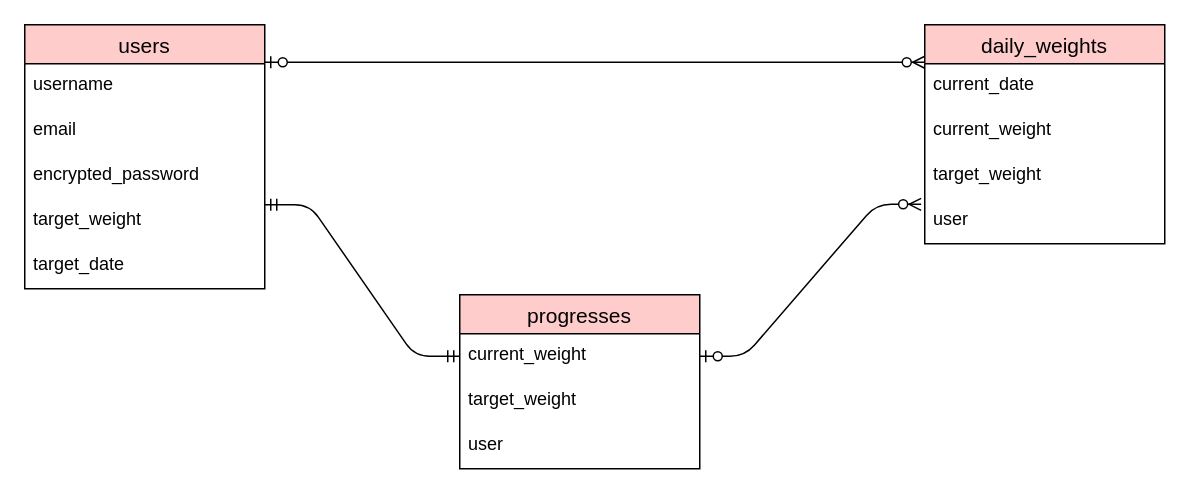
Before: ER.dio in SHUNOOFT/WeightLossTraker2, a draw.io diagram. Source tidied: cells renumbered, new cells numbered last; positions are measured from the earlier drawing's top-left corner, leaving out a move shared by most shapes. Both pictures are drawn from the tidied source at 150%, with x=0, y=0 at pixel (24, 24).
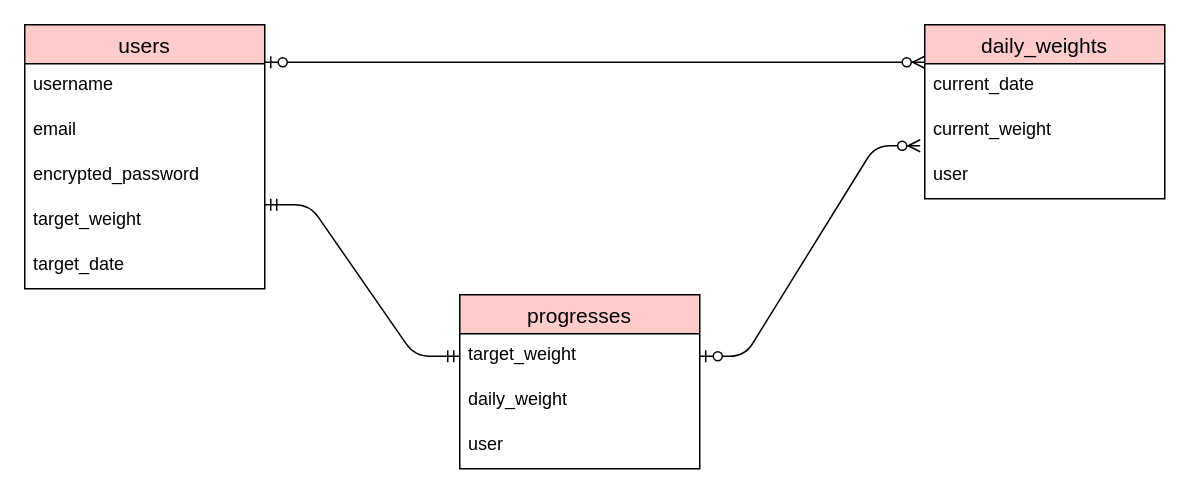
After the change.

Unchanged cells that the change refers to:
```xml
<mxCell id="10" value="current_weight" style="text;strokeColor=none;fillColor=none;spacingLeft=4;spacingRight=4;overflow=hidden;points=[[0,0.5],[1,0.5]];portConstraint=eastwest;fontSize=12;rounded=0;" parent="8" vertex="1">
  <mxGeometry y="56" width="160" height="30" as="geometry" />
</mxCell>
<mxCell id="13" value="progresses" style="swimlane;fontStyle=0;horizontal=1;startSize=26;align=center;fontSize=14;fillColor=#FFCCCC;rounded=0;" parent="1" vertex="1">
  <mxGeometry x="290" y="180" width="160" height="116" as="geometry" />
</mxCell>
```

The edit, as a diff of the source:
```diff
@@
     <mxCell id="8" value="daily_weights" style="swimlane;fontStyle=0;horizontal=1;startSize=26;align=center;fontSize=14;fillColor=#FFCCCC;rounded=0;" parent="1" vertex="1">
-      <mxGeometry x="600" width="160" height="146" as="geometry" />
+      <mxGeometry x="600" width="160" height="116" as="geometry" />
     </mxCell>
@@
-    <mxCell id="11" value="target_weight" style="text;strokeColor=none;fillColor=none;spacingLeft=4;spacingRight=4;overflow=hidden;fontSize=12;rounded=0;" parent="8" vertex="1">
-      <mxGeometry y="86" width="160" height="30" as="geometry" />
-    </mxCell>
     <mxCell id="12" value="user" style="text;strokeColor=none;fillColor=none;spacingLeft=4;spacingRight=4;overflow=hidden;fontSize=12;rounded=0;" parent="8" vertex="1">
-      <mxGeometry y="116" width="160" height="30" as="geometry" />
+      <mxGeometry y="86" width="160" height="30" as="geometry" />
     </mxCell>
@@
+    <mxCell id="15" value="target_weight" style="text;strokeColor=none;fillColor=none;spacingLeft=4;spacingRight=4;overflow=hidden;fontSize=12;rounded=0;" parent="13" vertex="1">
+      <mxGeometry y="26" width="160" height="30" as="geometry" />
+    </mxCell>
-    <mxCell id="14" value="current_weight" style="text;strokeColor=none;fillColor=none;spacingLeft=4;spacingRight=4;overflow=hidden;fontSize=12;rounded=0;" parent="13" vertex="1">
-      <mxGeometry y="26" width="160" height="30" as="geometry" />
+    <mxCell id="14" value="daily_weight" style="text;strokeColor=none;fillColor=none;spacingLeft=4;spacingRight=4;overflow=hidden;fontSize=12;rounded=0;" parent="13" vertex="1">
+      <mxGeometry y="56" width="160" height="30" as="geometry" />
     </mxCell>
-    <mxCell id="15" value="target_weight" style="text;strokeColor=none;fillColor=none;spacingLeft=4;spacingRight=4;overflow=hidden;fontSize=12;rounded=0;" parent="13" vertex="1">
-      <mxGeometry y="56" width="160" height="30" as="geometry" />
-    </mxCell>
@@
-    <mxCell id="18" style="edgeStyle=entityRelationEdgeStyle;fontSize=12;html=1;endArrow=ERzeroToMany;startArrow=ERzeroToOne;rounded=1;strokeColor=default;entryX=-0.015;entryY=0.122;entryDx=0;entryDy=0;exitX=1;exitY=0.5;exitDx=0;exitDy=0;entryPerimeter=0;" parent="1" edge="1">
+    <mxCell id="18" style="edgeStyle=entityRelationEdgeStyle;fontSize=12;html=1;endArrow=ERzeroToMany;startArrow=ERzeroToOne;rounded=1;strokeColor=default;entryX=-0.019;entryY=0.822;entryDx=0;entryDy=0;exitX=1;exitY=0.5;exitDx=0;exitDy=0;entryPerimeter=0;" parent="1" edge="1" target="10">
       <mxGeometry relative="1" as="geometry">
         <mxPoint x="450" y="221" as="sourcePoint" />
-        <mxPoint x="597.6" y="119.7" as="targetPoint" />
       </mxGeometry>
     </mxCell>
```
